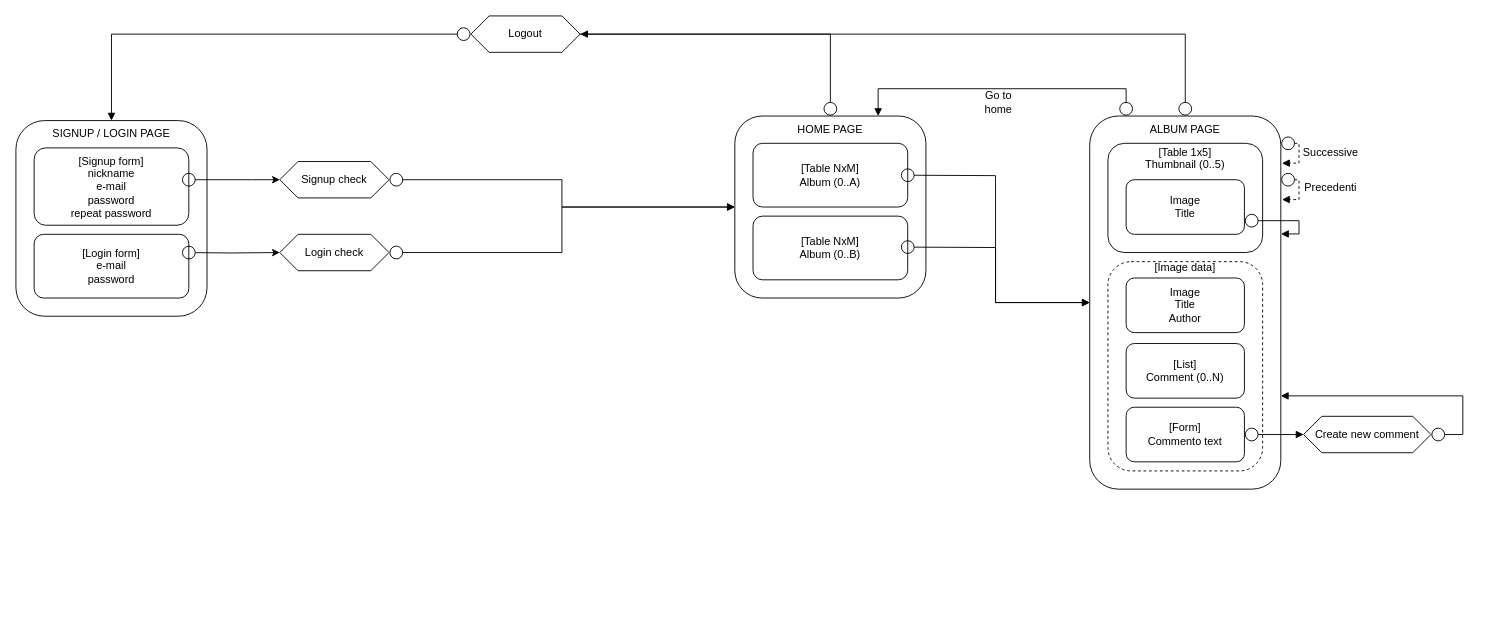
daniLOLZ/TIW-Gallery-2022 keeps this draw.io diagram as Design/Diagramma_IFML.drawio. Above is the earlier version. Source tidied: cells renumbered, new cells numbered last; positions are measured from the earlier drawing's top-left corner, leaving out a move shared by most shapes. Both pictures are drawn from the tidied source at 91%, with x=0, y=0 at pixel (15, 15).
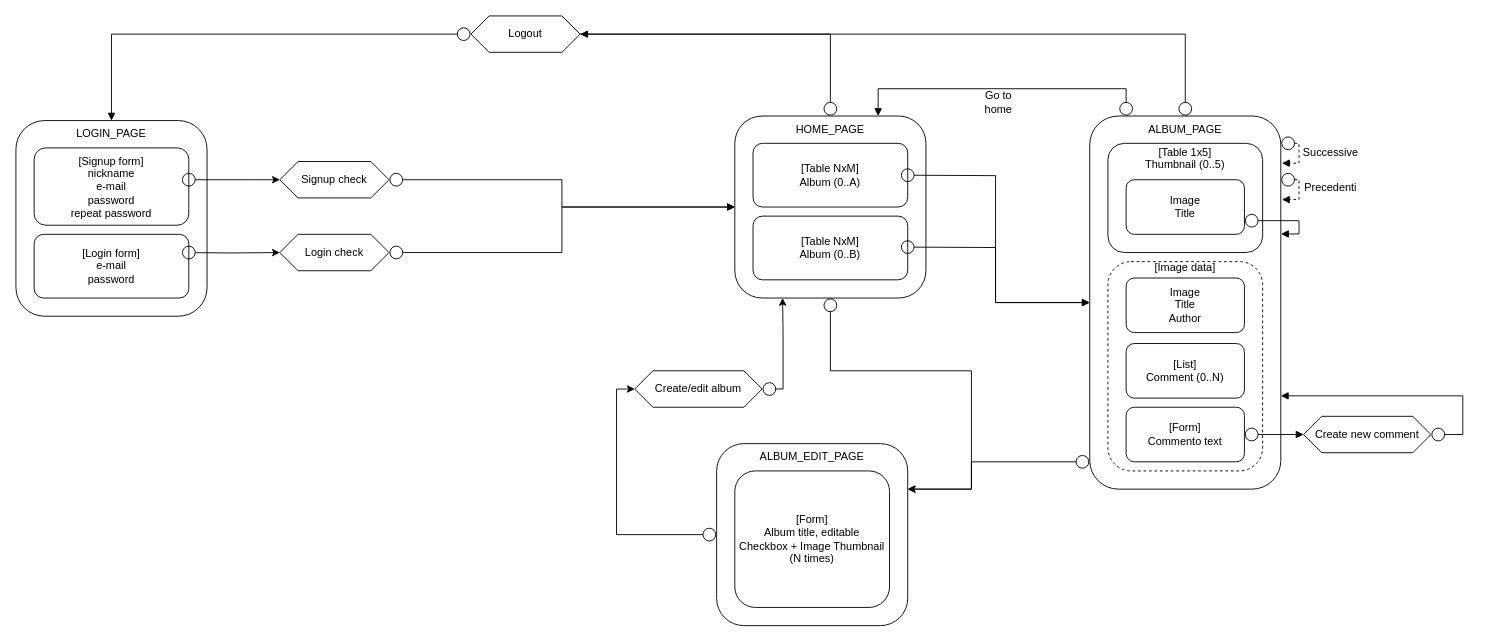
Above is the later version.

Commit message (it also covers changes not shown here):
Updated IFML diagram

Unchanged cells that the change refers to:
```xml
<mxCell id="4" style="rounded=1;whiteSpace=wrap;html=1;strokeColor=default;" parent="1" vertex="1">
  <mxGeometry x="790" y="110" width="210" height="200" as="geometry" />
</mxCell>
<mxCell id="11" style="rounded=1;whiteSpace=wrap;html=1;strokeColor=default;" parent="1" vertex="1">
  <mxGeometry x="1180" y="110" width="210" height="410" as="geometry" />
</mxCell>
```

The edit, as a diff of the source:
```diff
@@
+    <mxCell id="40" style="edgeStyle=orthogonalEdgeStyle;rounded=0;jettySize=auto;html=1;startArrow=circle;startFill=0;entryX=1;entryY=0.25;entryDx=0;entryDy=0;" parent="1" edge="1" source="4" target="42">
+      <mxGeometry relative="1" as="geometry">
+        <Array as="points">
+          <mxPoint x="895" y="390" />
+          <mxPoint x="1050" y="390" />
+          <mxPoint x="1050" y="520" />
+        </Array>
+      </mxGeometry>
+    </mxCell>
@@
-    <mxCell id="8" value="HOME PAGE" style="text;html=1;strokeColor=none;fillColor=none;align=center;verticalAlign=middle;whiteSpace=wrap;rounded=0;" parent="1" vertex="1">
+    <mxCell id="8" value="HOME_PAGE" style="text;html=1;strokeColor=none;fillColor=none;align=center;verticalAlign=middle;whiteSpace=wrap;rounded=0;" parent="1" vertex="1">
       <mxGeometry x="790" y="110" width="210" height="30" as="geometry" />
     </mxCell>
@@
+    <mxCell id="41" style="edgeStyle=orthogonalEdgeStyle;rounded=0;jettySize=auto;html=1;entryX=1;entryY=0.25;entryDx=0;entryDy=0;startArrow=circle;startFill=0;" parent="1" edge="1" source="11" target="42">
+      <mxGeometry relative="1" as="geometry">
+        <Array as="points">
+          <mxPoint x="1050" y="490" />
+          <mxPoint x="1050" y="520" />
+        </Array>
+      </mxGeometry>
+    </mxCell>
@@
-    <mxCell id="15" value="ALBUM PAGE" style="text;html=1;strokeColor=none;fillColor=none;align=center;verticalAlign=middle;whiteSpace=wrap;rounded=0;" parent="1" vertex="1">
+    <mxCell id="15" value="ALBUM_PAGE" style="text;html=1;strokeColor=none;fillColor=none;align=center;verticalAlign=middle;whiteSpace=wrap;rounded=0;" parent="1" vertex="1">
       <mxGeometry x="1180" y="110" width="210" height="30" as="geometry" />
     </mxCell>
@@
-    <mxCell id="25" value="SIGNUP / LOGIN PAGE" style="text;html=1;strokeColor=none;fillColor=none;align=center;verticalAlign=middle;whiteSpace=wrap;rounded=0;" parent="1" vertex="1">
+    <mxCell id="25" value="LOGIN_PAGE" style="text;html=1;strokeColor=none;fillColor=none;align=center;verticalAlign=middle;whiteSpace=wrap;rounded=0;" parent="1" vertex="1">
       <mxGeometry y="115" width="210" height="30" as="geometry" />
     </mxCell>
@@
+    <mxCell id="42" style="rounded=1;whiteSpace=wrap;html=1;strokeColor=default;" parent="1" vertex="1">
+      <mxGeometry x="770" y="470" width="210" height="200" as="geometry" />
+    </mxCell>
+    <mxCell id="43" value="ALBUM_EDIT_PAGE" style="text;html=1;strokeColor=none;fillColor=none;align=center;verticalAlign=middle;whiteSpace=wrap;rounded=0;" parent="1" vertex="1">
+      <mxGeometry x="770" y="470" width="210" height="30" as="geometry" />
+    </mxCell>
+    <mxCell id="44" style="edgeStyle=orthogonalEdgeStyle;rounded=0;jettySize=auto;html=1;startArrow=circle;startFill=0;exitX=0;exitY=0.5;exitDx=0;exitDy=0;entryX=0;entryY=0.5;entryDx=0;entryDy=0;" parent="1" edge="1" source="42" target="47">
+      <mxGeometry relative="1" as="geometry">
+        <Array as="points">
+          <mxPoint x="660" y="570" />
+          <mxPoint x="660" y="410" />
+        </Array>
+      </mxGeometry>
+    </mxCell>
+    <mxCell id="45" value="&lt;span&gt;[Form]&lt;br&gt;&lt;/span&gt;Album title, editable&lt;br&gt;&lt;span&gt;Checkbox + Image Thumbnail (N times)&lt;/span&gt;" style="rounded=1;whiteSpace=wrap;html=1;strokeColor=default;" parent="1" vertex="1">
+      <mxGeometry x="790" y="500" width="170" height="150" as="geometry" />
+    </mxCell>
+    <mxCell id="46" style="edgeStyle=orthogonalEdgeStyle;rounded=0;jettySize=auto;html=1;entryX=0.25;entryY=1;entryDx=0;entryDy=0;startArrow=circle;startFill=0;" parent="1" edge="1" source="47" target="4">
+      <mxGeometry relative="1" as="geometry">
+        <Array as="points">
+          <mxPoint x="843" y="410" />
+          <mxPoint x="843" y="350" />
+        </Array>
+      </mxGeometry>
+    </mxCell>
+    <mxCell id="47" value="Create/edit album" style="shape=hexagon;perimeter=hexagonPerimeter2;whiteSpace=wrap;html=1;fixedSize=1;strokeColor=default;" parent="1" vertex="1">
+      <mxGeometry x="680" y="390" width="140" height="40" as="geometry" />
+    </mxCell>
```
